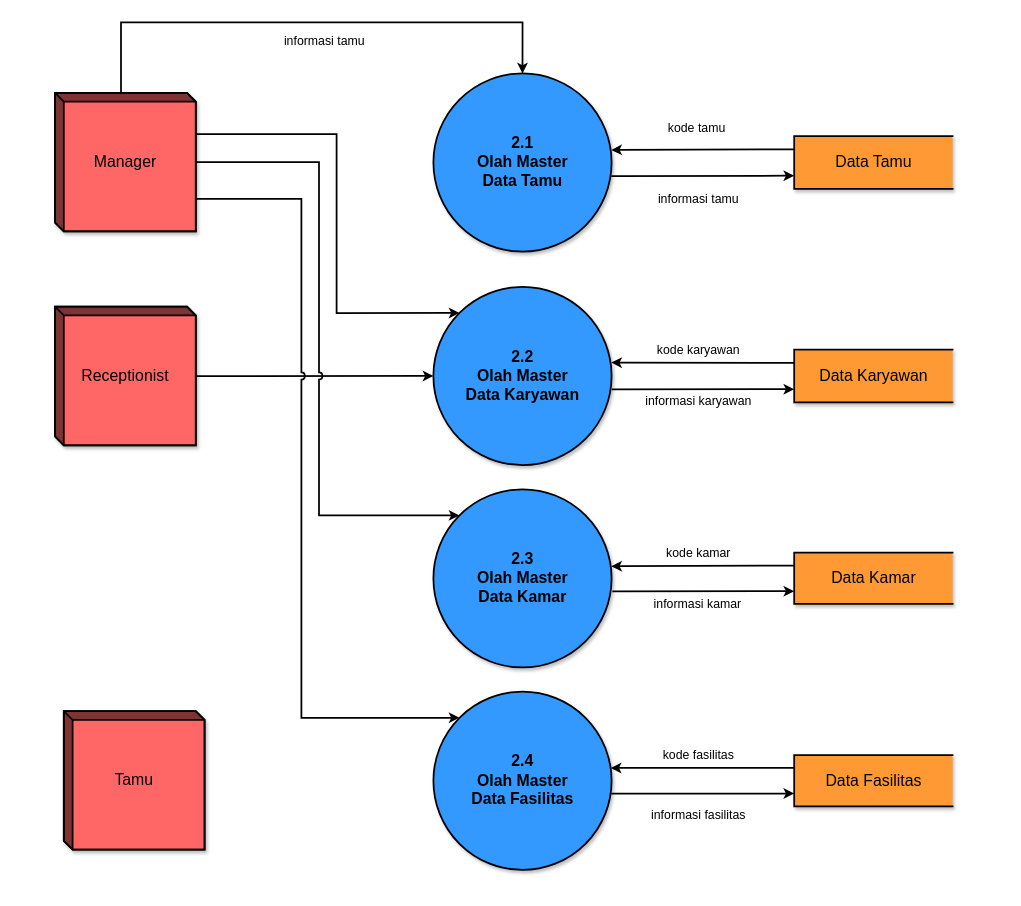
Earlier version of the draw.io diagram page "DFD LVL 2 Process 2 - Olah Master Data - NEW" (5 of 10) of Sistem Pemesanan Kamar Hotel - Data Flow Diagram.drawio (trueazp/System-Design-Analysis). Source tidied: cells renumbered, new cells numbered last; positions are measured from the earlier drawing's top-left corner, leaving out a move shared by most shapes. Both pictures are drawn from the tidied source at 88%, with x=0, y=0 at pixel (55, 22).
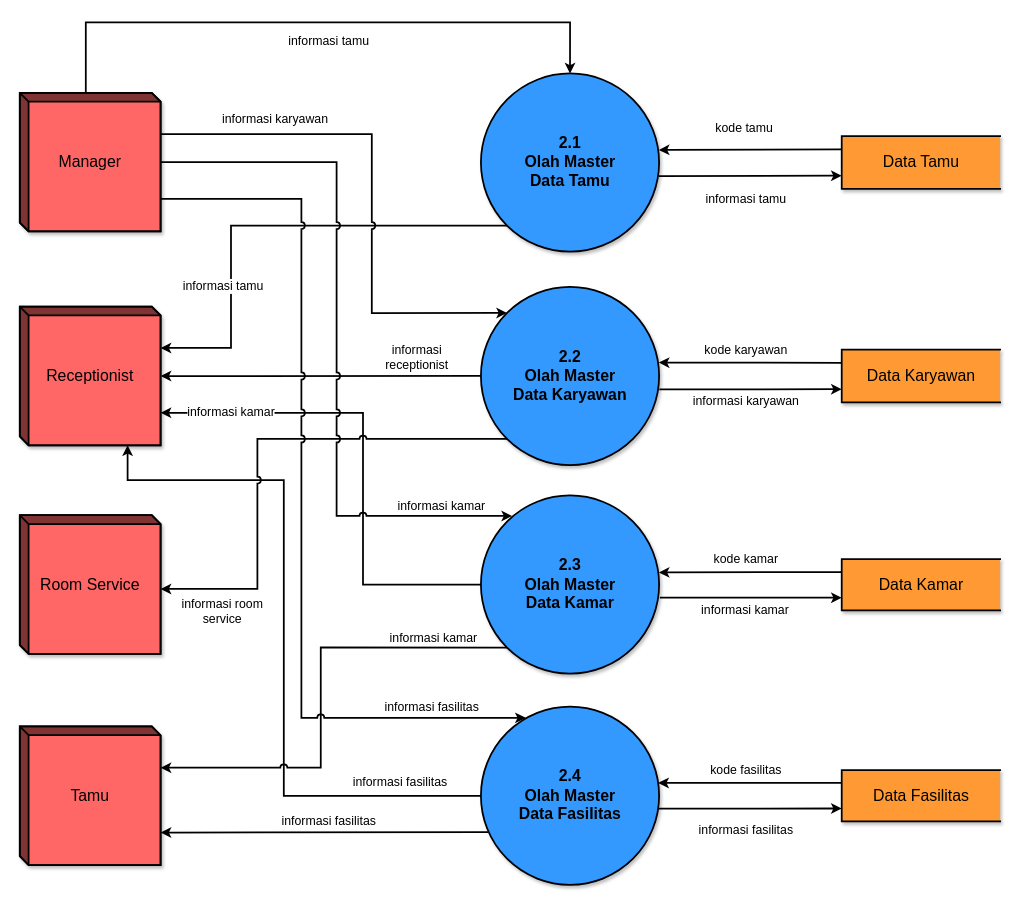
The same page after the edit.

What changed in the source:
```diff
@@
     <mxCell id="6" value="Data Karyawan" style="html=1;dashed=0;whitespace=wrap;shape=partialRectangle;right=0;shadow=1;labelBackgroundColor=none;fontFamily=Helvetica;fontSize=18;strokeWidth=2;fillColor=#FF9933;align=center;" parent="1" vertex="1">
-      <mxGeometry x="840" y="371.8" width="180" height="60" as="geometry" />
+      <mxGeometry x="894" y="371.8" width="180" height="60" as="geometry" />
     </mxCell>
@@
     <mxCell id="11" value="Data Kamar" style="html=1;dashed=0;whitespace=wrap;shape=partialRectangle;right=0;shadow=1;labelBackgroundColor=none;fontFamily=Helvetica;fontSize=18;strokeWidth=2;fillColor=#FF9933;align=center;" parent="1" vertex="1">
-      <mxGeometry x="840" y="602.6" width="180" height="58.2" as="geometry" />
+      <mxGeometry x="894" y="610" width="180" height="58.2" as="geometry" />
     </mxCell>
     <mxCell id="12" style="edgeStyle=orthogonalEdgeStyle;rounded=0;jumpStyle=arc;jettySize=auto;html=1;exitX=0;exitY=0.25;exitDx=0;exitDy=0;entryX=0.995;entryY=0.428;entryDx=0;entryDy=0;entryPerimeter=0;fontSize=14;startArrow=none;startFill=0;endArrow=classic;endFill=1;strokeWidth=2;" parent="1" edge="1" source="16" target="25">
       <mxGeometry relative="1" as="geometry">
         <Array as="points">
-          <mxPoint x="730" y="847" />
-          <mxPoint x="730" y="847" />
+          <mxPoint x="844" y="864" />
+          <mxPoint x="844" y="864" />
         </Array>
       </mxGeometry>
     </mxCell>
@@
     <mxCell id="16" value="Data Fasilitas" style="html=1;dashed=0;whitespace=wrap;shape=partialRectangle;right=0;shadow=1;labelBackgroundColor=none;fontFamily=Helvetica;fontSize=18;strokeWidth=2;fillColor=#FF9933;align=center;" parent="1" vertex="1">
-      <mxGeometry x="840" y="832.6" width="180" height="58.2" as="geometry" />
+      <mxGeometry x="894" y="849.6" width="180" height="58.2" as="geometry" />
     </mxCell>
@@
     <mxCell id="21" value="Data Tamu" style="html=1;dashed=0;whitespace=wrap;shape=partialRectangle;right=0;shadow=1;labelBackgroundColor=none;fontFamily=Helvetica;fontSize=18;strokeWidth=2;fillColor=#FF9933;align=center;" parent="1" vertex="1">
-      <mxGeometry x="840" y="129.2" width="180" height="60" as="geometry" />
+      <mxGeometry x="894" y="129.2" width="180" height="60" as="geometry" />
     </mxCell>
-    <mxCell id="22" style="edgeStyle=orthogonalEdgeStyle;rounded=0;jumpStyle=arc;jettySize=auto;html=1;entryX=0;entryY=0.5;entryDx=0;entryDy=0;labelBackgroundColor=none;fontSize=14;startArrow=none;startFill=0;endArrow=classic;endFill=1;strokeWidth=2;" parent="1" edge="1" source="23" target="27">
+    <mxCell id="22" style="edgeStyle=orthogonalEdgeStyle;rounded=0;jumpStyle=arc;jettySize=auto;html=1;entryX=0;entryY=0.5;entryDx=0;entryDy=0;labelBackgroundColor=none;fontSize=14;startArrow=classic;startFill=1;endArrow=none;endFill=0;strokeWidth=2;" parent="1" edge="1" source="23" target="27">
       <mxGeometry relative="1" as="geometry" />
     </mxCell>
+    <mxCell id="35" value="&lt;div&gt;informasi &lt;br&gt;&lt;/div&gt;&lt;div&gt;receptionist&lt;/div&gt;" style="edgeLabel;html=1;align=center;verticalAlign=middle;fontSize=14;" parent="22" vertex="1">
+      <mxGeometry x="0.26" y="-1" relative="1" as="geometry">
+        <mxPoint x="61" y="-23" as="offset" />
+      </mxGeometry>
+    </mxCell>
     <mxCell id="23" value="Receptionist" style="html=1;dashed=0;whitespace=wrap;shape=mxgraph.dfd.externalEntity;shadow=1;labelBackgroundColor=none;fontFamily=Helvetica;fontSize=18;strokeWidth=2;fillColor=#FF6666;align=center;whiteSpace=wrap;" parent="1" vertex="1">
-      <mxGeometry y="323" width="160" height="157.5" as="geometry" />
+      <mxGeometry x="-40" y="323" width="160" height="157.5" as="geometry" />
     </mxCell>
+    <mxCell id="36" style="edgeStyle=orthogonalEdgeStyle;rounded=0;jumpStyle=arc;jettySize=auto;html=1;entryX=0;entryY=0;entryDx=160;entryDy=46.875;entryPerimeter=0;labelBackgroundColor=none;fontSize=14;startArrow=none;startFill=0;endArrow=classic;endFill=1;strokeWidth=2;exitX=0;exitY=1;exitDx=0;exitDy=0;" parent="1" edge="1" source="24" target="23">
+      <mxGeometry relative="1" as="geometry">
+        <Array as="points">
+          <mxPoint x="200" y="231" />
+          <mxPoint x="200" y="370" />
+        </Array>
+      </mxGeometry>
+    </mxCell>
+    <mxCell id="37" value="informasi tamu" style="edgeLabel;html=1;align=center;verticalAlign=middle;fontSize=14;" parent="36" vertex="1">
+      <mxGeometry x="0.38" y="-2" relative="1" as="geometry">
+        <mxPoint x="-8" y="14" as="offset" />
+      </mxGeometry>
+    </mxCell>
     <mxCell id="24" value="2.1&lt;br style=&quot;font-size: 18px&quot;&gt;&lt;div&gt;Olah Master &lt;br&gt;&lt;/div&gt;&lt;div&gt;Data Tamu&lt;br&gt;&lt;/div&gt;" style="shape=ellipse;html=1;dashed=0;whitespace=wrap;perimeter=ellipsePerimeter;shadow=1;labelBackgroundColor=none;fontFamily=Helvetica;fontSize=18;strokeWidth=2;fillColor=#3399FF;align=center;fontStyle=1;" parent="1" vertex="1">
-      <mxGeometry x="430" y="58" width="202.5" height="202.5" as="geometry" />
+      <mxGeometry x="484" y="58" width="202.5" height="202.5" as="geometry" />
     </mxCell>
+    <mxCell id="38" style="edgeStyle=orthogonalEdgeStyle;rounded=0;jumpStyle=arc;jettySize=auto;html=1;entryX=0;entryY=0;entryDx=122.5;entryDy=157.5;entryPerimeter=0;labelBackgroundColor=none;fontSize=14;startArrow=none;startFill=0;endArrow=classic;endFill=1;strokeWidth=2;" parent="1" edge="1" source="25" target="23">
+      <mxGeometry relative="1" as="geometry">
+        <Array as="points">
+          <mxPoint x="260" y="879" />
+          <mxPoint x="260" y="520" />
+          <mxPoint x="83" y="520" />
+        </Array>
+      </mxGeometry>
+    </mxCell>
+    <mxCell id="39" value="informasi fasilitas" style="edgeLabel;html=1;align=center;verticalAlign=middle;fontSize=14;" parent="38" vertex="1">
+      <mxGeometry x="-0.76" relative="1" as="geometry">
+        <mxPoint x="3" y="-16" as="offset" />
+      </mxGeometry>
+    </mxCell>
     <mxCell id="25" value="2.4&lt;br style=&quot;font-size: 18px&quot;&gt;&lt;div&gt;Olah Master &lt;br&gt;&lt;/div&gt;&lt;div&gt;Data Fasilitas&lt;br&gt;&lt;/div&gt;" style="shape=ellipse;html=1;dashed=0;whitespace=wrap;perimeter=ellipsePerimeter;shadow=1;labelBackgroundColor=none;fontFamily=Helvetica;fontSize=18;strokeWidth=2;fillColor=#3399FF;align=center;fontStyle=1;" parent="1" vertex="1">
-      <mxGeometry x="430" y="760.5" width="202.5" height="202.5" as="geometry" />
+      <mxGeometry x="484" y="777.5" width="202.5" height="202.5" as="geometry" />
     </mxCell>
+    <mxCell id="40" style="edgeStyle=orthogonalEdgeStyle;rounded=0;jumpStyle=arc;jettySize=auto;html=1;exitX=0;exitY=1;exitDx=0;exitDy=0;entryX=0;entryY=0;entryDx=160;entryDy=46.875;entryPerimeter=0;labelBackgroundColor=none;fontSize=14;startArrow=none;startFill=0;endArrow=classic;endFill=1;strokeWidth=2;" parent="1" edge="1" source="26" target="51">
+      <mxGeometry relative="1" as="geometry" />
+    </mxCell>
+    <mxCell id="41" value="informasi kamar" style="edgeLabel;html=1;align=center;verticalAlign=middle;fontSize=14;" parent="40" vertex="1">
+      <mxGeometry x="0.62" y="1" relative="1" as="geometry">
+        <mxPoint x="209" y="-148" as="offset" />
+      </mxGeometry>
+    </mxCell>
+    <mxCell id="42" style="edgeStyle=orthogonalEdgeStyle;rounded=0;jumpStyle=arc;jettySize=auto;html=1;entryX=0;entryY=0;entryDx=160;entryDy=120.625;entryPerimeter=0;labelBackgroundColor=none;fontSize=14;startArrow=none;startFill=0;endArrow=classic;endFill=1;strokeWidth=2;" parent="1" edge="1" source="26" target="23">
+      <mxGeometry relative="1" as="geometry">
+        <Array as="points">
+          <mxPoint x="350" y="639" />
+          <mxPoint x="350" y="444" />
+        </Array>
+      </mxGeometry>
+    </mxCell>
+    <mxCell id="43" value="informasi kamar" style="edgeLabel;html=1;align=center;verticalAlign=middle;fontSize=14;" parent="42" vertex="1">
+      <mxGeometry x="0.78" y="-1" relative="1" as="geometry">
+        <mxPoint x="18" as="offset" />
+      </mxGeometry>
+    </mxCell>
     <mxCell id="26" value="2.3&lt;br style=&quot;font-size: 18px&quot;&gt;&lt;div&gt;Olah Master &lt;br&gt;&lt;/div&gt;&lt;div&gt;Data Kamar&lt;br&gt;&lt;/div&gt;" style="shape=ellipse;html=1;dashed=0;whitespace=wrap;perimeter=ellipsePerimeter;shadow=1;labelBackgroundColor=none;fontFamily=Helvetica;fontSize=18;strokeWidth=2;fillColor=#3399FF;align=center;fontStyle=1;" parent="1" vertex="1">
-      <mxGeometry x="430" y="530.5" width="202.5" height="202.5" as="geometry" />
+      <mxGeometry x="484" y="537.5" width="202.5" height="202.5" as="geometry" />
     </mxCell>
+    <mxCell id="44" style="edgeStyle=orthogonalEdgeStyle;rounded=0;jumpStyle=arc;jettySize=auto;html=1;exitX=0;exitY=1;exitDx=0;exitDy=0;entryX=0;entryY=0;entryDx=160;entryDy=83.75;entryPerimeter=0;labelBackgroundColor=none;fontSize=14;startArrow=none;startFill=0;endArrow=classic;endFill=1;strokeWidth=2;" parent="1" edge="1" source="27" target="34">
+      <mxGeometry relative="1" as="geometry">
+        <Array as="points">
+          <mxPoint x="230" y="473" />
+          <mxPoint x="230" y="644" />
+          <mxPoint x="120" y="644" />
+        </Array>
+      </mxGeometry>
+    </mxCell>
+    <mxCell id="45" value="&lt;div&gt;informasi room &lt;br&gt;&lt;/div&gt;&lt;div&gt;service&lt;/div&gt;" style="edgeLabel;html=1;align=center;verticalAlign=middle;fontSize=14;" parent="44" vertex="1">
+      <mxGeometry x="-0.5" y="-1" relative="1" as="geometry">
+        <mxPoint x="-183" y="196" as="offset" />
+      </mxGeometry>
+    </mxCell>
     <mxCell id="27" value="2.2&lt;br style=&quot;font-size: 18px&quot;&gt;&lt;div&gt;Olah Master &lt;br&gt;&lt;/div&gt;&lt;div&gt;Data Karyawan&lt;br&gt;&lt;/div&gt;" style="shape=ellipse;html=1;dashed=0;whitespace=wrap;perimeter=ellipsePerimeter;shadow=1;labelBackgroundColor=none;fontFamily=Helvetica;fontSize=18;strokeWidth=2;fillColor=#3399FF;align=center;fontStyle=1;" parent="1" vertex="1">
-      <mxGeometry x="430" y="300.5" width="202.5" height="202.5" as="geometry" />
+      <mxGeometry x="484" y="300.5" width="202.5" height="202.5" as="geometry" />
     </mxCell>
@@
     <mxCell id="30" style="edgeStyle=orthogonalEdgeStyle;rounded=0;jumpStyle=arc;jettySize=auto;html=1;exitX=0;exitY=0;exitDx=160;exitDy=46.875;exitPerimeter=0;entryX=0;entryY=0;entryDx=0;entryDy=0;labelBackgroundColor=none;fontSize=14;startArrow=none;startFill=0;endArrow=classic;endFill=1;strokeWidth=2;" parent="1" edge="1" source="33" target="27">
       <mxGeometry relative="1" as="geometry">
         <Array as="points">
-          <mxPoint x="320" y="127" />
-          <mxPoint x="320" y="330" />
+          <mxPoint x="360" y="127" />
+          <mxPoint x="360" y="330" />
         </Array>
       </mxGeometry>
     </mxCell>
+    <mxCell id="46" value="informasi karyawan" style="edgeLabel;html=1;align=center;verticalAlign=middle;fontSize=14;" parent="30" vertex="1">
+      <mxGeometry x="-0.56" y="2" relative="1" as="geometry">
+        <mxPoint x="-2" y="-15" as="offset" />
+      </mxGeometry>
+    </mxCell>
-    <mxCell id="31" style="edgeStyle=orthogonalEdgeStyle;rounded=0;jumpStyle=arc;jettySize=auto;html=1;entryX=0;entryY=0;entryDx=0;entryDy=0;labelBackgroundColor=none;fontSize=14;startArrow=none;startFill=0;endArrow=classic;endFill=1;strokeWidth=2;" parent="1" edge="1" source="33" target="26">
+    <mxCell id="31" style="edgeStyle=orthogonalEdgeStyle;rounded=0;jumpStyle=arc;jettySize=auto;html=1;entryX=0.175;entryY=0.115;entryDx=0;entryDy=0;labelBackgroundColor=none;fontSize=14;startArrow=none;startFill=0;endArrow=classic;endFill=1;strokeWidth=2;entryPerimeter=0;" parent="1" edge="1" source="33" target="26">
       <mxGeometry relative="1" as="geometry">
         <Array as="points">
-          <mxPoint x="300" y="159" />
-          <mxPoint x="300" y="560" />
+          <mxPoint x="320" y="159" />
+          <mxPoint x="320" y="561" />
         </Array>
       </mxGeometry>
     </mxCell>
+    <mxCell id="47" value="informasi kamar" style="edgeLabel;html=1;align=center;verticalAlign=middle;fontSize=14;" parent="31" vertex="1">
+      <mxGeometry x="0.73" y="3" relative="1" as="geometry">
+        <mxPoint x="28" y="-8" as="offset" />
+      </mxGeometry>
+    </mxCell>
-    <mxCell id="32" style="edgeStyle=orthogonalEdgeStyle;rounded=0;jumpStyle=arc;jettySize=auto;html=1;exitX=0;exitY=0;exitDx=160;exitDy=120.625;exitPerimeter=0;entryX=0;entryY=0;entryDx=0;entryDy=0;labelBackgroundColor=none;fontSize=14;startArrow=none;startFill=0;endArrow=classic;endFill=1;strokeWidth=2;" parent="1" edge="1" source="33" target="25">
+    <mxCell id="32" style="edgeStyle=orthogonalEdgeStyle;rounded=0;jumpStyle=arc;jettySize=auto;html=1;exitX=0;exitY=0;exitDx=160;exitDy=120.625;exitPerimeter=0;entryX=0.252;entryY=0.063;entryDx=0;entryDy=0;labelBackgroundColor=none;fontSize=14;startArrow=none;startFill=0;endArrow=classic;endFill=1;strokeWidth=2;entryPerimeter=0;" parent="1" edge="1" source="33" target="25">
       <mxGeometry relative="1" as="geometry">
         <Array as="points">
           <mxPoint x="280" y="201" />
           <mxPoint x="280" y="790" />
         </Array>
       </mxGeometry>
     </mxCell>
+    <mxCell id="48" value="informasi fasilitas" style="edgeLabel;html=1;align=center;verticalAlign=middle;fontSize=14;" parent="32" vertex="1">
+      <mxGeometry x="0.71" y="1" relative="1" as="geometry">
+        <mxPoint x="38" y="-12" as="offset" />
+      </mxGeometry>
+    </mxCell>
     <mxCell id="33" value="Manager" style="html=1;dashed=0;whitespace=wrap;shape=mxgraph.dfd.externalEntity;shadow=1;labelBackgroundColor=none;fontFamily=Helvetica;fontSize=18;strokeWidth=2;fillColor=#FF6666;align=center;whiteSpace=wrap;" parent="1" vertex="1">
-      <mxGeometry y="80" width="160" height="157.5" as="geometry" />
+      <mxGeometry x="-40" y="80" width="160" height="157.5" as="geometry" />
     </mxCell>
-    <mxCell id="34" value="Tamu" style="html=1;dashed=0;whitespace=wrap;shape=mxgraph.dfd.externalEntity;shadow=1;labelBackgroundColor=none;fontFamily=Helvetica;fontSize=18;strokeWidth=2;fillColor=#FF6666;align=center;whiteSpace=wrap;" parent="1" vertex="1">
-      <mxGeometry x="10" y="782.5" width="160" height="157.5" as="geometry" />
+    <mxCell id="34" value="Room Service" style="html=1;dashed=0;whitespace=wrap;shape=mxgraph.dfd.externalEntity;shadow=1;labelBackgroundColor=none;fontFamily=Helvetica;fontSize=18;strokeWidth=2;fillColor=#FF6666;align=center;whiteSpace=wrap;" parent="1" vertex="1">
+      <mxGeometry x="-40" y="560" width="160" height="157.5" as="geometry" />
     </mxCell>
+    <mxCell id="49" style="edgeStyle=orthogonalEdgeStyle;rounded=0;jumpStyle=arc;jettySize=auto;html=1;exitX=0;exitY=0;exitDx=160;exitDy=120.625;exitPerimeter=0;entryX=0.04;entryY=0.704;entryDx=0;entryDy=0;entryPerimeter=0;labelBackgroundColor=none;fontSize=14;startArrow=classic;startFill=1;endArrow=none;endFill=0;strokeWidth=2;" parent="1" edge="1" source="51" target="25">
+      <mxGeometry relative="1" as="geometry" />
+    </mxCell>
+    <mxCell id="50" value="informasi fasilitas" style="edgeLabel;html=1;align=center;verticalAlign=middle;fontSize=14;" parent="49" vertex="1">
+      <mxGeometry x="-0.32" y="1" relative="1" as="geometry">
+        <mxPoint x="64" y="-12" as="offset" />
+      </mxGeometry>
+    </mxCell>
+    <mxCell id="51" value="Tamu" style="html=1;dashed=0;whitespace=wrap;shape=mxgraph.dfd.externalEntity;shadow=1;labelBackgroundColor=none;fontFamily=Helvetica;fontSize=18;strokeWidth=2;fillColor=#FF6666;align=center;whiteSpace=wrap;" parent="1" vertex="1">
+      <mxGeometry x="-40" y="800" width="160" height="157.5" as="geometry" />
+    </mxCell>
```
